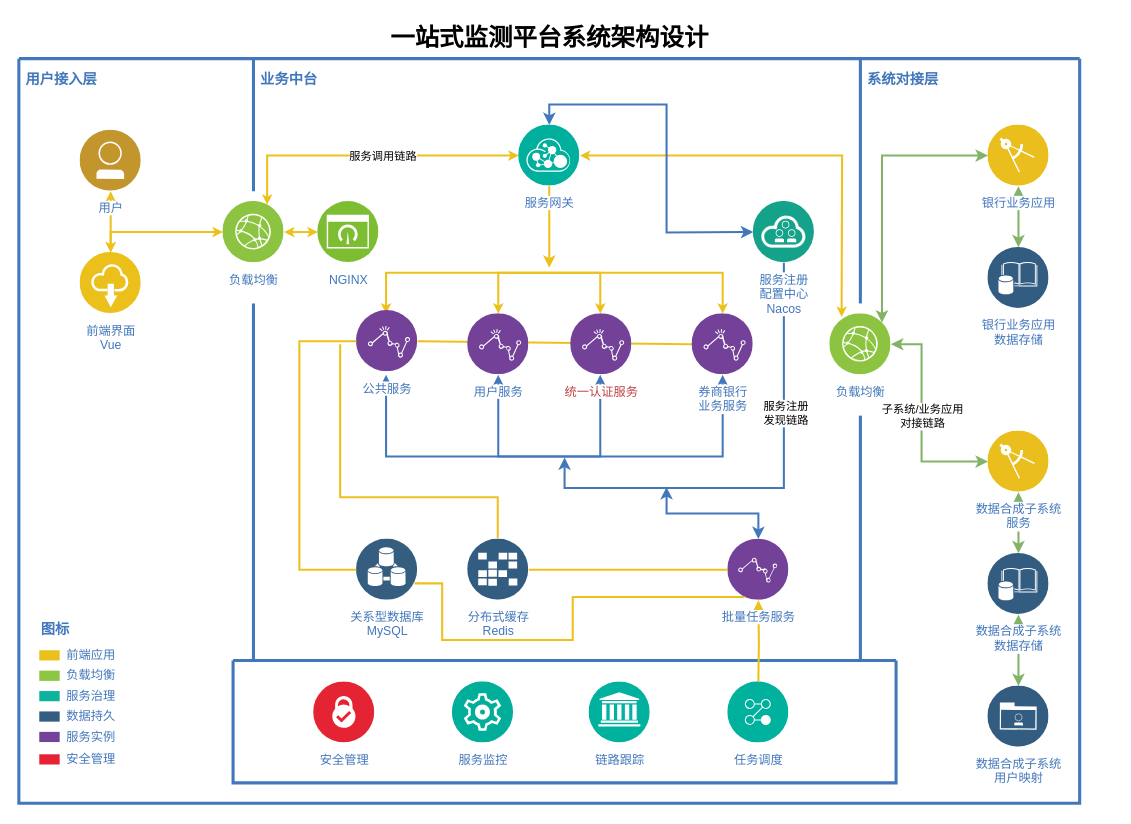
This is documents/一站式平台.drawio from F46886799/springboot-in-action, a draw.io file, before an edit. Source tidied: cells renumbered, new cells numbered last; positions are measured from the earlier drawing's top-left corner, leaving out a move shared by most shapes. Both pictures are drawn from the tidied source at 102%, with x=0, y=0 at pixel (18, 17).
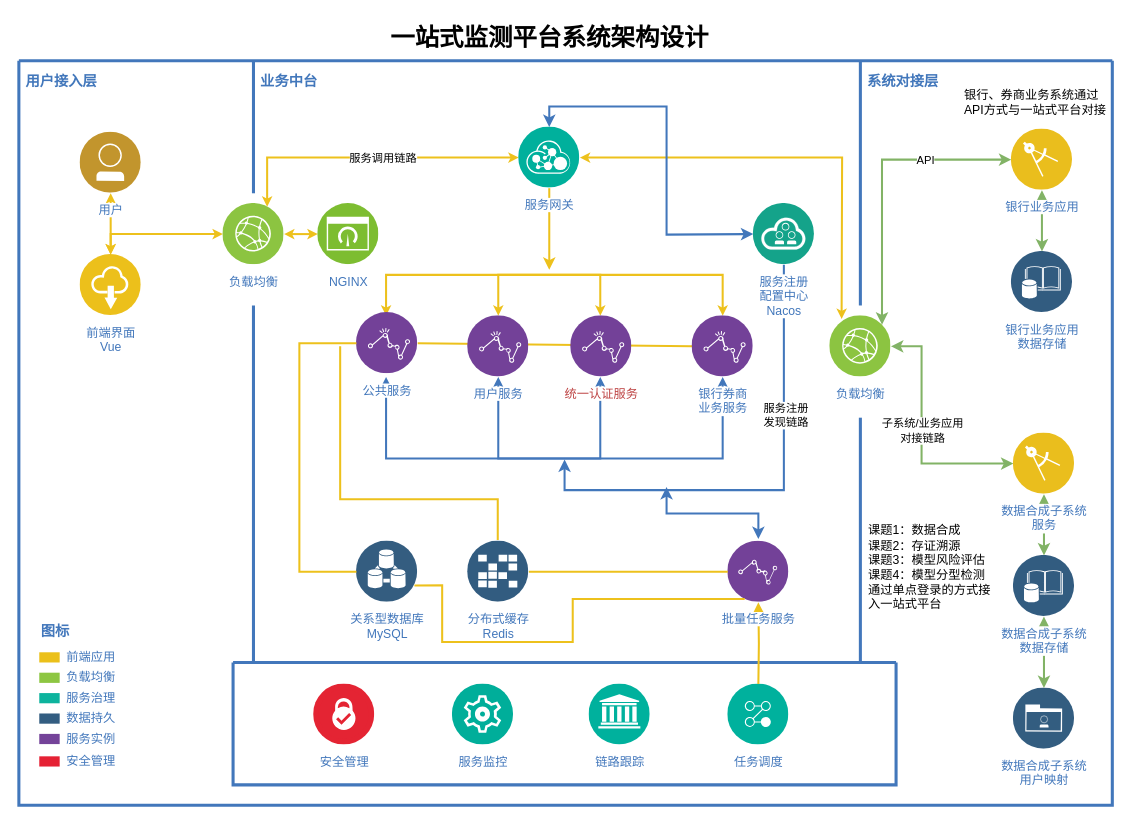
Above is the later version.

Commit message:
更新一站式平台.drawio

The change refers to these unchanged cells:
```xml
<mxCell id="55" style="edgeStyle=orthogonalEdgeStyle;rounded=0;jettySize=auto;html=1;entryX=1;entryY=0;entryDx=0;entryDy=0;startArrow=classic;startFill=1;fillColor=#d5e8d4;strokeColor=#82b366;strokeWidth=2;" parent="2" edge="1" source="56" target="53">
  <mxGeometry relative="1" as="geometry" />
</mxCell>
```

Change to the diagram source:
```diff
@@
     <mxCell id="2" style="swimlane;shadow=0;strokeColor=#4277BB;fillColor=#ffffff;fontColor=none;align=right;startSize=0;noLabel=1;strokeWidth=3;" parent="1" vertex="1">
-      <mxGeometry y="40" width="1040" height="730" as="geometry" />
+      <mxGeometry y="42" width="1072" height="730" as="geometry" />
     </mxCell>
@@
-    <mxCell id="19" value="券商银行&lt;div&gt;业务服务&lt;/div&gt;" style="perimeter=ellipsePerimeter;html=1;align=center;shadow=0;dashed=0;image;image=img/lib/ibm/analytics/analytics.svg;strokeColor=#FF0000;fillColor=#FFFF66;gradientColor=none;fontColor=#4277BB;labelBackgroundColor=#ffffff;spacingTop=3;" parent="2" vertex="1">
+    <mxCell id="19" value="银行券商&lt;div&gt;业务服务&lt;/div&gt;" style="perimeter=ellipsePerimeter;html=1;align=center;shadow=0;dashed=0;image;image=img/lib/ibm/analytics/analytics.svg;strokeColor=#FF0000;fillColor=#FFFF66;gradientColor=none;fontColor=#4277BB;labelBackgroundColor=#ffffff;spacingTop=3;" parent="2" vertex="1">
       <mxGeometry x="660" y="250" width="60" height="60" as="geometry" />
     </mxCell>
@@
     <mxCell id="24" value="数据合成子系统&lt;div&gt;服务&lt;/div&gt;" style="perimeter=ellipsePerimeter;html=1;align=center;shadow=0;dashed=0;image;image=img/lib/ibm/applications/enterprise_applications.svg;strokeColor=#FF0000;fillColor=#FFFF66;gradientColor=none;fontColor=#4277BB;labelBackgroundColor=#ffffff;spacingTop=3;" parent="2" vertex="1">
-      <mxGeometry x="950" y="365" width="60" height="60" as="geometry" />
+      <mxGeometry x="975" y="365" width="60" height="60" as="geometry" />
     </mxCell>
@@
     <mxCell id="26" value="数据合成子系统&lt;div&gt;数据存储&lt;/div&gt;" style="perimeter=ellipsePerimeter;html=1;align=center;shadow=0;dashed=0;image;image=img/lib/ibm/data/enterprise_data.svg;strokeColor=#FF0000;fillColor=#FFFF66;gradientColor=none;fontColor=#4277BB;labelBackgroundColor=#ffffff;spacingTop=3;" parent="2" vertex="1">
-      <mxGeometry x="950" y="485" width="60" height="60" as="geometry" />
+      <mxGeometry x="975" y="485" width="60" height="60" as="geometry" />
     </mxCell>
     <mxCell id="27" value="数据合成子系统&lt;div&gt;用户映射&lt;/div&gt;" style="perimeter=ellipsePerimeter;html=1;align=center;shadow=0;dashed=0;image;image=img/lib/ibm/data/enterprise_user_directory.svg;strokeColor=#FF0000;fillColor=#FFFF66;gradientColor=none;fontColor=#4277BB;labelBackgroundColor=#ffffff;spacingTop=3;" parent="2" vertex="1">
-      <mxGeometry x="950" y="615" width="60" height="60" as="geometry" />
+      <mxGeometry x="975" y="615" width="60" height="60" as="geometry" />
     </mxCell>
@@
+    <mxCell id="69" value="API" style="edgeLabel;html=1;align=center;verticalAlign=middle;" parent="55" vertex="1">
+      <mxGeometry x="-0.41" relative="1" as="geometry" />
+    </mxCell>
     <mxCell id="56" value="银行业务应用" style="perimeter=ellipsePerimeter;html=1;align=center;shadow=0;dashed=0;image;image=img/lib/ibm/applications/enterprise_applications.svg;strokeColor=#FF0000;fillColor=#FFFF66;gradientColor=none;fontColor=#4277BB;labelBackgroundColor=#ffffff;spacingTop=3;" parent="2" vertex="1">
-      <mxGeometry x="950" y="65" width="60" height="60" as="geometry" />
+      <mxGeometry x="973" y="67" width="60" height="60" as="geometry" />
     </mxCell>
     <mxCell id="57" value="银行业务应用&lt;br&gt;&lt;div&gt;数据存储&lt;/div&gt;" style="perimeter=ellipsePerimeter;html=1;align=center;shadow=0;dashed=0;image;image=img/lib/ibm/data/enterprise_data.svg;strokeColor=#FF0000;fillColor=#FFFF66;gradientColor=none;fontColor=#4277BB;labelBackgroundColor=#ffffff;spacingTop=3;" parent="2" vertex="1">
-      <mxGeometry x="950" y="185" width="60" height="60" as="geometry" />
+      <mxGeometry x="973" y="187" width="60" height="60" as="geometry" />
     </mxCell>
@@
+    <mxCell id="70" value="银行、券商业务系统通过API方式与一站式平台对接" style="text;html=1;align=left;verticalAlign=middle;whiteSpace=wrap;rounded=0;" parent="2" vertex="1">
+      <mxGeometry x="925" y="20" width="144" height="42" as="geometry" />
+    </mxCell>
+    <mxCell id="71" value="课题1：数据合成&lt;div&gt;课题2：存证溯源&lt;/div&gt;&lt;div&gt;课题3：模型风险评估&lt;/div&gt;&lt;div&gt;课题4：模型分型检测&lt;/div&gt;&lt;div&gt;通过单点登录的方式接入一站式平台&lt;/div&gt;" style="text;html=1;align=left;verticalAlign=middle;whiteSpace=wrap;rounded=0;" parent="2" vertex="1">
+      <mxGeometry x="831" y="448" width="131" height="98" as="geometry" />
+    </mxCell>
```
